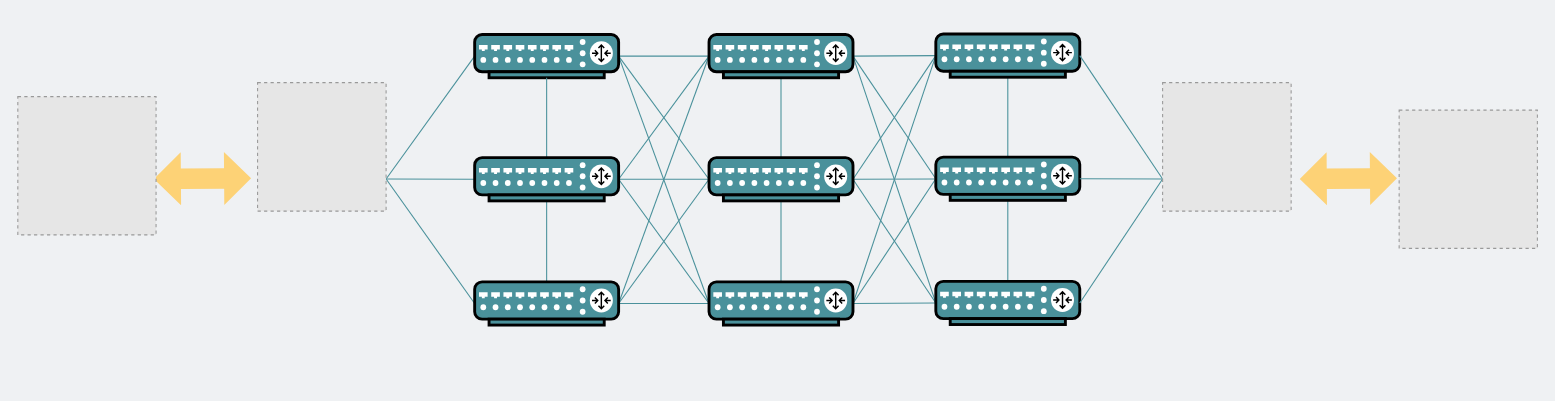
xiaobaiTech/image keeps this draw.io diagram as network/根据五元组选择ECMP路径.drawio. Above is the earlier version. Source tidied: cells renumbered, new cells numbered last; positions are measured from the earlier drawing's top-left corner, leaving out a move shared by most shapes. Both pictures are drawn from the tidied source at 108%, with x=0, y=0 at pixel (17, 33). Pictures stored in the file or linked from it are replaced by grey dashed boxes.
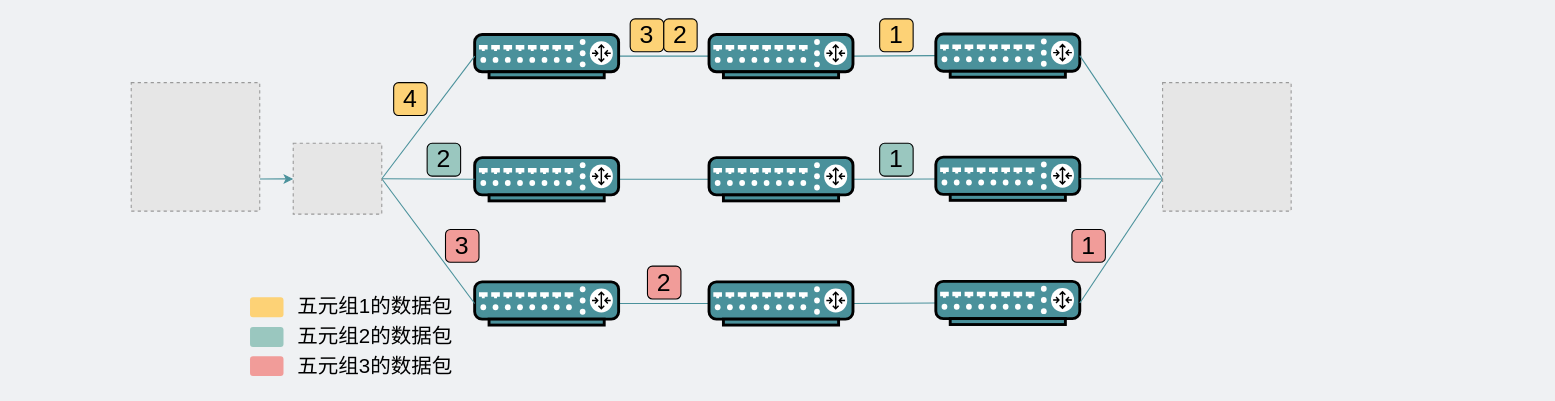
After the change.

Commit message:
更新根据五元组选择ECMP路径.drawio

Unchanged cells that the change refers to:
```xml
<mxCell id="11" style="fontColor=#0066CC;verticalAlign=top;verticalLabelPosition=bottom;labelPosition=center;align=center;html=1;outlineConnect=0;gradientColor=none;gradientDirection=north;strokeWidth=2;shape=mxgraph.networks.router;fillColor=#4A919B;fontSize=30;" parent="1" vertex="1">
  <mxGeometry x="423" y="0.5" width="133.3" height="40" as="geometry" />
</mxCell>
<mxCell id="17" style="fontColor=#0066CC;verticalAlign=top;verticalLabelPosition=bottom;labelPosition=center;align=center;html=1;outlineConnect=0;gradientColor=none;gradientDirection=north;strokeWidth=2;shape=mxgraph.networks.router;fillColor=#4A919B;fontSize=30;" parent="1" vertex="1">
  <mxGeometry x="423" y="114.5" width="133.3" height="40" as="geometry" />
</mxCell>
<mxCell id="21" style="fontColor=#0066CC;verticalAlign=top;verticalLabelPosition=bottom;labelPosition=center;align=center;html=1;outlineConnect=0;gradientColor=none;gradientDirection=north;strokeWidth=2;shape=mxgraph.networks.router;fillColor=#4A919B;fontSize=30;" parent="1" vertex="1">
  <mxGeometry x="423" y="229.5" width="133.3" height="40" as="geometry" />
</mxCell>
<mxCell id="26" style="fontColor=#0066CC;verticalAlign=top;verticalLabelPosition=bottom;labelPosition=center;align=center;html=1;outlineConnect=0;gradientColor=none;gradientDirection=north;strokeWidth=2;shape=mxgraph.networks.router;fillColor=#4A919B;fontSize=30;" parent="1" vertex="1">
  <mxGeometry x="640" y="0.5" width="133.3" height="40" as="geometry" />
</mxCell>
<mxCell id="31" style="fontColor=#0066CC;verticalAlign=top;verticalLabelPosition=bottom;labelPosition=center;align=center;html=1;outlineConnect=0;gradientColor=none;gradientDirection=north;strokeWidth=2;shape=mxgraph.networks.router;fillColor=#4A919B;fontSize=30;" parent="1" vertex="1">
  <mxGeometry x="640" y="114.5" width="133.3" height="40" as="geometry" />
</mxCell>
<mxCell id="35" style="fontColor=#0066CC;verticalAlign=top;verticalLabelPosition=bottom;labelPosition=center;align=center;html=1;outlineConnect=0;gradientColor=none;gradientDirection=north;strokeWidth=2;shape=mxgraph.networks.router;fillColor=#4A919B;fontSize=30;" parent="1" vertex="1">
  <mxGeometry x="640" y="229.5" width="133.3" height="40" as="geometry" />
</mxCell>
<mxCell id="37" style="fontColor=#0066CC;verticalAlign=top;verticalLabelPosition=bottom;labelPosition=center;align=center;html=1;outlineConnect=0;gradientColor=none;gradientDirection=north;strokeWidth=2;shape=mxgraph.networks.router;fillColor=#4A919B;fontSize=30;" parent="1" vertex="1">
  <mxGeometry x="850" width="133.3" height="40" as="geometry" />
</mxCell>
<mxCell id="39" style="fontColor=#0066CC;verticalAlign=top;verticalLabelPosition=bottom;labelPosition=center;align=center;html=1;outlineConnect=0;gradientColor=none;gradientDirection=north;strokeWidth=2;shape=mxgraph.networks.router;fillColor=#4A919B;fontSize=30;" parent="1" vertex="1">
  <mxGeometry x="850" y="114" width="133.3" height="40" as="geometry" />
</mxCell>
<mxCell id="40" style="fontColor=#0066CC;verticalAlign=top;verticalLabelPosition=bottom;labelPosition=center;align=center;html=1;outlineConnect=0;gradientColor=none;gradientDirection=north;strokeWidth=2;shape=mxgraph.networks.router;fillColor=#4A919B;fontSize=30;" parent="1" vertex="1">
  <mxGeometry x="850" y="229" width="133.3" height="40" as="geometry" />
</mxCell>
```

The edit, as a diff of the source:
```diff
@@
-    <mxCell id="2" style="shape=flexArrow;endArrow=classic;startArrow=classic;html=1;shadow=0;startSize=5;sourcePerimeterSpacing=0;targetPerimeterSpacing=0;strokeColor=none;strokeWidth=10;fillColor=#FDD276;endSize=5;" parent="1" edge="1">
-      <mxGeometry relative="1" as="geometry">
-        <mxPoint x="121" y="134.2" as="sourcePoint" />
-        <mxPoint x="221" y="133.5" as="targetPoint" />
-      </mxGeometry>
-    </mxCell>
-    <mxCell id="3" style="fillColor=#E6E6E6;strokeColor=#999999;dashed=1;verticalLabelPosition=bottom;verticalAlign=top;" parent="1" vertex="1">
-      <mxGeometry y="58" width="128" height="128" as="geometry" />
-    </mxCell>
-    <mxCell id="4" style="edgeStyle=none;rounded=0;jettySize=auto;html=1;exitX=1;exitY=0.75;exitDx=0;exitDy=0;entryX=0;entryY=0.5;entryDx=0;entryDy=0;entryPerimeter=0;endArrow=none;endFill=0;elbow=vertical;strokeColor=#4A919B;" parent="1" edge="1" source="7" target="17">
-      <mxGeometry relative="1" as="geometry" />
-    </mxCell>
-    <mxCell id="5" style="edgeStyle=none;rounded=0;jettySize=auto;html=1;exitX=1;exitY=0.75;exitDx=0;exitDy=0;entryX=0;entryY=0.5;entryDx=0;entryDy=0;entryPerimeter=0;endArrow=none;endFill=0;elbow=vertical;strokeColor=#4A919B;" parent="1" edge="1" source="7" target="11">
-      <mxGeometry relative="1" as="geometry" />
-    </mxCell>
-    <mxCell id="6" style="edgeStyle=none;rounded=0;jettySize=auto;html=1;exitX=1;exitY=0.75;exitDx=0;exitDy=0;entryX=0;entryY=0.5;entryDx=0;entryDy=0;entryPerimeter=0;endArrow=none;endFill=0;elbow=vertical;strokeColor=#4A919B;" parent="1" edge="1" source="7" target="21">
-      <mxGeometry relative="1" as="geometry" />
-    </mxCell>
+    <mxCell id="47" style="edgeStyle=none;rounded=0;jettySize=auto;html=1;exitX=1;exitY=0.75;exitDx=0;exitDy=0;endArrow=classic;endFill=1;strokeColor=#4A919B;" parent="1" edge="1" source="7" target="51">
+      <mxGeometry relative="1" as="geometry" />
+    </mxCell>
     <mxCell id="7" style="fillColor=#E6E6E6;strokeColor=#999999;dashed=1;verticalLabelPosition=bottom;verticalAlign=top;" parent="1" vertex="1">
-      <mxGeometry x="222" y="45" width="119" height="119" as="geometry" />
+      <mxGeometry x="105" y="45" width="119" height="119" as="geometry" />
     </mxCell>
@@
-    <mxCell id="9" style="edgeStyle=none;rounded=0;jettySize=auto;html=1;exitX=1;exitY=0.5;exitDx=0;exitDy=0;exitPerimeter=0;entryX=0;entryY=0.5;entryDx=0;entryDy=0;entryPerimeter=0;elbow=vertical;endArrow=none;endFill=0;strokeColor=#4A919B;" parent="1" edge="1" source="11" target="31">
-      <mxGeometry relative="1" as="geometry" />
-    </mxCell>
-    <mxCell id="10" style="edgeStyle=none;rounded=0;jettySize=auto;html=1;exitX=1;exitY=0.5;exitDx=0;exitDy=0;exitPerimeter=0;entryX=0;entryY=0.5;entryDx=0;entryDy=0;entryPerimeter=0;endArrow=none;endFill=0;elbow=vertical;strokeColor=#4A919B;" parent="1" edge="1" source="11" target="35">
-      <mxGeometry relative="1" as="geometry" />
-    </mxCell>
@@
-    <mxCell id="13" style="rounded=0;jettySize=auto;html=1;exitX=1;exitY=0.5;exitDx=0;exitDy=0;exitPerimeter=0;elbow=vertical;entryX=0;entryY=0.5;entryDx=0;entryDy=0;entryPerimeter=0;endArrow=none;endFill=0;strokeColor=#4A919B;" parent="1" edge="1" source="17" target="35">
-      <mxGeometry relative="1" as="geometry" />
-    </mxCell>
-    <mxCell id="14" style="edgeStyle=none;rounded=0;jettySize=auto;html=1;exitX=1;exitY=0.5;exitDx=0;exitDy=0;exitPerimeter=0;entryX=0;entryY=0.5;entryDx=0;entryDy=0;entryPerimeter=0;endArrow=none;endFill=0;elbow=vertical;strokeColor=#4A919B;" parent="1" edge="1" source="17" target="26">
-      <mxGeometry relative="1" as="geometry" />
-    </mxCell>
-    <mxCell id="15" style="edgeStyle=none;rounded=0;jettySize=auto;html=1;exitX=0.5;exitY=1;exitDx=0;exitDy=0;exitPerimeter=0;endArrow=none;endFill=0;elbow=vertical;strokeColor=#4A919B;" parent="1" edge="1" source="17" target="21">
-      <mxGeometry relative="1" as="geometry" />
-    </mxCell>
-    <mxCell id="16" style="edgeStyle=none;rounded=0;jettySize=auto;html=1;exitX=0.5;exitY=0;exitDx=0;exitDy=0;exitPerimeter=0;entryX=0.5;entryY=1;entryDx=0;entryDy=0;entryPerimeter=0;endArrow=none;endFill=0;elbow=vertical;strokeColor=#4A919B;" parent="1" edge="1" source="17" target="11">
-      <mxGeometry relative="1" as="geometry" />
-    </mxCell>
@@
-    <mxCell id="19" style="edgeStyle=none;rounded=0;jettySize=auto;html=1;exitX=1;exitY=0.5;exitDx=0;exitDy=0;exitPerimeter=0;entryX=0;entryY=0.5;entryDx=0;entryDy=0;entryPerimeter=0;endArrow=none;endFill=0;elbow=vertical;strokeColor=#4A919B;" parent="1" edge="1" source="21" target="31">
-      <mxGeometry relative="1" as="geometry" />
-    </mxCell>
-    <mxCell id="20" style="edgeStyle=none;rounded=0;jettySize=auto;html=1;exitX=1;exitY=0.5;exitDx=0;exitDy=0;exitPerimeter=0;endArrow=none;endFill=0;elbow=vertical;strokeColor=#4A919B;" parent="1" edge="1" source="21">
-      <mxGeometry relative="1" as="geometry">
-        <mxPoint x="640.7" y="18.3" as="targetPoint" />
-      </mxGeometry>
-    </mxCell>
@@
-    <mxCell id="23" style="edgeStyle=none;rounded=0;jettySize=auto;html=1;exitX=1;exitY=0.5;exitDx=0;exitDy=0;exitPerimeter=0;entryX=0;entryY=0.5;entryDx=0;entryDy=0;entryPerimeter=0;endArrow=none;endFill=0;elbow=vertical;strokeColor=#4A919B;" parent="1" edge="1" source="26" target="39">
-      <mxGeometry relative="1" as="geometry" />
-    </mxCell>
-    <mxCell id="24" style="edgeStyle=none;rounded=0;jettySize=auto;html=1;exitX=1;exitY=0.5;exitDx=0;exitDy=0;exitPerimeter=0;entryX=0;entryY=0.5;entryDx=0;entryDy=0;entryPerimeter=0;endArrow=none;endFill=0;elbow=vertical;strokeColor=#4A919B;" parent="1" edge="1" source="26" target="40">
-      <mxGeometry relative="1" as="geometry" />
-    </mxCell>
-    <mxCell id="25" style="edgeStyle=none;rounded=0;jettySize=auto;html=1;exitX=0.5;exitY=1;exitDx=0;exitDy=0;exitPerimeter=0;endArrow=none;endFill=0;elbow=vertical;strokeColor=#4A919B;" parent="1" edge="1" source="26" target="31">
-      <mxGeometry relative="1" as="geometry" />
-    </mxCell>
@@
-    <mxCell id="27" style="edgeStyle=none;rounded=0;jettySize=auto;html=1;exitX=1;exitY=0.5;exitDx=0;exitDy=0;exitPerimeter=0;entryX=0;entryY=0.5;entryDx=0;entryDy=0;entryPerimeter=0;endArrow=none;endFill=0;elbow=vertical;strokeColor=#4A919B;" parent="1" edge="1" source="31" target="37">
-      <mxGeometry relative="1" as="geometry" />
-    </mxCell>
@@
-    <mxCell id="29" style="edgeStyle=none;rounded=0;jettySize=auto;html=1;exitX=1;exitY=0.5;exitDx=0;exitDy=0;exitPerimeter=0;entryX=0;entryY=0.5;entryDx=0;entryDy=0;entryPerimeter=0;endArrow=none;endFill=0;elbow=vertical;strokeColor=#4A919B;" parent="1" edge="1" source="31" target="40">
-      <mxGeometry relative="1" as="geometry" />
-    </mxCell>
-    <mxCell id="30" style="edgeStyle=none;rounded=0;jettySize=auto;html=1;exitX=0.5;exitY=1;exitDx=0;exitDy=0;exitPerimeter=0;endArrow=none;endFill=0;elbow=vertical;strokeColor=#4A919B;" parent="1" edge="1" source="31" target="35">
-      <mxGeometry relative="1" as="geometry" />
-    </mxCell>
@@
-    <mxCell id="33" style="edgeStyle=none;rounded=0;jettySize=auto;html=1;exitX=1;exitY=0.5;exitDx=0;exitDy=0;exitPerimeter=0;entryX=0;entryY=0.5;entryDx=0;entryDy=0;entryPerimeter=0;endArrow=none;endFill=0;elbow=vertical;strokeColor=#4A919B;" parent="1" edge="1" source="35" target="39">
-      <mxGeometry relative="1" as="geometry" />
-    </mxCell>
-    <mxCell id="34" style="edgeStyle=none;rounded=0;jettySize=auto;html=1;exitX=1;exitY=0.5;exitDx=0;exitDy=0;exitPerimeter=0;entryX=0;entryY=0.5;entryDx=0;entryDy=0;entryPerimeter=0;endArrow=none;endFill=0;elbow=vertical;strokeColor=#4A919B;" parent="1" edge="1" source="35" target="37">
-      <mxGeometry relative="1" as="geometry" />
-    </mxCell>
@@
-    <mxCell id="36" style="edgeStyle=none;rounded=0;jettySize=auto;html=1;exitX=0.5;exitY=1;exitDx=0;exitDy=0;exitPerimeter=0;endArrow=none;endFill=0;elbow=vertical;strokeColor=#4A919B;" parent="1" edge="1" source="37" target="39">
-      <mxGeometry relative="1" as="geometry" />
-    </mxCell>
@@
-    <mxCell id="38" style="edgeStyle=none;rounded=0;jettySize=auto;html=1;exitX=0.5;exitY=1;exitDx=0;exitDy=0;exitPerimeter=0;endArrow=none;endFill=0;elbow=vertical;strokeColor=#4A919B;" parent="1" edge="1" source="39" target="40">
-      <mxGeometry relative="1" as="geometry" />
-    </mxCell>
@@
-    <mxCell id="45" style="shape=flexArrow;endArrow=classic;startArrow=classic;html=1;shadow=0;startSize=5;sourcePerimeterSpacing=0;targetPerimeterSpacing=0;strokeColor=none;strokeWidth=10;fillColor=#FDD276;endSize=5;" parent="1" edge="1">
-      <mxGeometry relative="1" as="geometry">
-        <mxPoint x="1182" y="134.2" as="sourcePoint" />
-        <mxPoint x="1282" y="133.5" as="targetPoint" />
-      </mxGeometry>
-    </mxCell>
-    <mxCell id="46" style="fillColor=#E6E6E6;strokeColor=#999999;dashed=1;verticalLabelPosition=bottom;verticalAlign=top;" parent="1" vertex="1">
-      <mxGeometry x="1279" y="70.5" width="128" height="128" as="geometry" />
-    </mxCell>
+    <mxCell id="48" style="rounded=0;jettySize=auto;html=1;exitX=1;exitY=0.5;exitDx=0;exitDy=0;entryX=0;entryY=0.5;entryDx=0;entryDy=0;entryPerimeter=0;endArrow=none;endFill=0;strokeColor=#4A919B;" parent="1" edge="1" source="51" target="11">
+      <mxGeometry relative="1" as="geometry" />
+    </mxCell>
+    <mxCell id="49" style="edgeStyle=none;rounded=0;jettySize=auto;html=1;exitX=1;exitY=0.5;exitDx=0;exitDy=0;entryX=0;entryY=0.5;entryDx=0;entryDy=0;entryPerimeter=0;endArrow=none;endFill=0;strokeColor=#4A919B;fontSize=23;" parent="1" edge="1" source="51" target="17">
+      <mxGeometry relative="1" as="geometry" />
+    </mxCell>
+    <mxCell id="50" style="edgeStyle=none;rounded=0;jettySize=auto;html=1;exitX=1;exitY=0.5;exitDx=0;exitDy=0;entryX=0;entryY=0.5;entryDx=0;entryDy=0;entryPerimeter=0;endArrow=none;endFill=0;strokeColor=#4A919B;" parent="1" edge="1" source="51" target="21">
+      <mxGeometry relative="1" as="geometry" />
+    </mxCell>
+    <mxCell id="51" style="fillColor=#E6E6E6;strokeColor=#999999;dashed=1;verticalLabelPosition=bottom;verticalAlign=top;" parent="1" vertex="1">
+      <mxGeometry x="255" y="101.2" width="82" height="65.6" as="geometry" />
+    </mxCell>
+    <mxCell id="52" value="1" style="rounded=1;whiteSpace=wrap;html=1;fontColor=default;fillColor=#FDD276;fontSize=23;" parent="1" vertex="1">
+      <mxGeometry x="798" y="-14" width="31" height="30.4" as="geometry" />
+    </mxCell>
+    <mxCell id="53" value="2" style="rounded=1;whiteSpace=wrap;html=1;fontColor=default;fillColor=#FDD276;fontSize=23;" parent="1" vertex="1">
+      <mxGeometry x="598" y="-14" width="31" height="30.4" as="geometry" />
+    </mxCell>
+    <mxCell id="54" value="3" style="rounded=1;whiteSpace=wrap;html=1;fontColor=default;fillColor=#FDD276;fontSize=23;" parent="1" vertex="1">
+      <mxGeometry x="567" y="-14" width="31" height="30.4" as="geometry" />
+    </mxCell>
+    <mxCell id="55" style="rounded=1;whiteSpace=wrap;html=1;fontColor=default;fillColor=#FDD276;strokeColor=none;" parent="1" vertex="1">
+      <mxGeometry x="215" y="243.8" width="31" height="18.4" as="geometry" />
+    </mxCell>
+    <mxCell id="56" value="&lt;font style=&quot;font-size: 19px;&quot;&gt;五元组1的数据包&lt;/font&gt;" style="text;html=1;strokeColor=none;fillColor=none;align=center;verticalAlign=middle;whiteSpace=wrap;rounded=0;fontColor=default;" parent="1" vertex="1">
+      <mxGeometry x="255" y="238" width="152" height="30" as="geometry" />
+    </mxCell>
+    <mxCell id="57" value="&lt;font style=&quot;font-size: 19px;&quot;&gt;五元组2的数据包&lt;/font&gt;" style="text;html=1;strokeColor=none;fillColor=none;align=center;verticalAlign=middle;whiteSpace=wrap;rounded=0;fontColor=default;" parent="1" vertex="1">
+      <mxGeometry x="244" y="265.5" width="174" height="30" as="geometry" />
+    </mxCell>
+    <mxCell id="58" style="rounded=1;whiteSpace=wrap;html=1;fontColor=default;fillColor=#9AC7BF;strokeColor=none;" parent="1" vertex="1">
+      <mxGeometry x="215" y="271.3" width="31" height="18.4" as="geometry" />
+    </mxCell>
+    <mxCell id="59" value="&lt;font style=&quot;font-size: 19px;&quot;&gt;五元组3的数据包&lt;/font&gt;" style="text;html=1;strokeColor=none;fillColor=none;align=center;verticalAlign=middle;whiteSpace=wrap;rounded=0;fontColor=default;" parent="1" vertex="1">
+      <mxGeometry x="239" y="292.5" width="184" height="30" as="geometry" />
+    </mxCell>
+    <mxCell id="60" style="rounded=1;whiteSpace=wrap;html=1;fontColor=default;fillColor=#F19C99;strokeColor=none;" parent="1" vertex="1">
+      <mxGeometry x="215" y="298.3" width="31" height="18.4" as="geometry" />
+    </mxCell>
+    <mxCell id="61" value="4" style="rounded=1;whiteSpace=wrap;html=1;fontColor=default;fillColor=#FDD276;fontSize=23;" parent="1" vertex="1">
+      <mxGeometry x="348" y="45" width="31" height="30.4" as="geometry" />
+    </mxCell>
+    <mxCell id="62" value="1" style="rounded=1;whiteSpace=wrap;html=1;fontColor=default;fillColor=#9AC7BF;fontSize=23;" parent="1" vertex="1">
+      <mxGeometry x="798" y="101.2" width="31" height="30.4" as="geometry" />
+    </mxCell>
+    <mxCell id="63" value="2" style="rounded=1;whiteSpace=wrap;html=1;fontColor=default;fillColor=#9AC7BF;fontSize=23;" parent="1" vertex="1">
+      <mxGeometry x="379" y="101.2" width="31" height="30.4" as="geometry" />
+    </mxCell>
+    <mxCell id="64" value="1" style="rounded=1;whiteSpace=wrap;html=1;fontColor=default;fillColor=#F19C99;fontSize=23;" parent="1" vertex="1">
+      <mxGeometry x="976" y="181" width="31" height="30.4" as="geometry" />
+    </mxCell>
+    <mxCell id="65" value="2" style="rounded=1;whiteSpace=wrap;html=1;fontColor=default;fillColor=#F19C99;fontSize=23;" parent="1" vertex="1">
+      <mxGeometry x="583" y="214.9" width="31" height="30.4" as="geometry" />
+    </mxCell>
+    <mxCell id="66" value="3" style="rounded=1;whiteSpace=wrap;html=1;fontColor=default;fillColor=#F19C99;fontSize=23;" parent="1" vertex="1">
+      <mxGeometry x="396" y="181" width="31" height="30.4" as="geometry" />
+    </mxCell>
```
